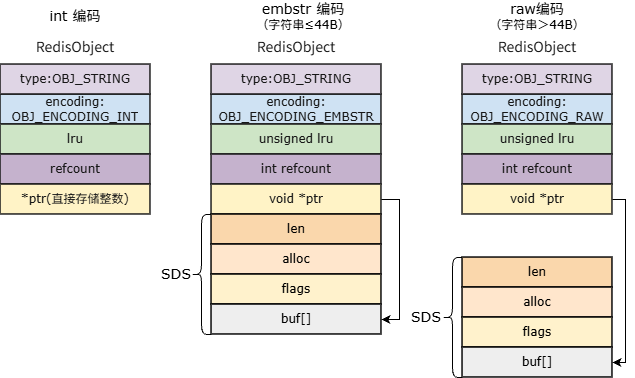
Before: redis/Redis String 三种编码方式.drawio.png, a diagram exported from draw.io (oHo404/imgrepo). Source tidied: cells renumbered, new cells last; positions are measured from the earlier drawing's top-left corner, leaving out a move shared by most shapes.
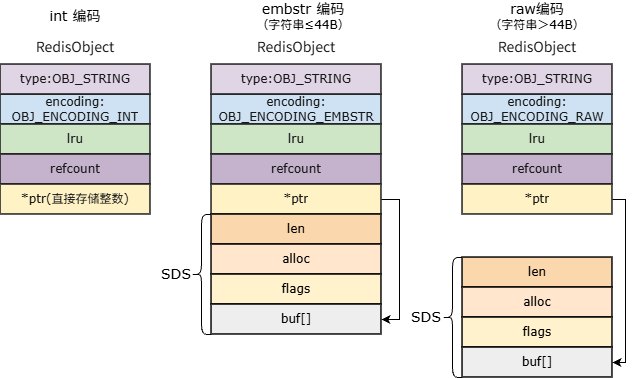
After the change.

Commit message:
更新Redis String 三种编码方式.drawio.png

The edit, as a diff of the source:
```diff
@@ -40,13 +40,13 @@
     <mxCell id="12" value="type:OBJ_STRING" style="shape=rectangle;rounded=0;absoluteArcSize=1;arcSize=0;whiteSpace=wrap;html=0;align=center;verticalAlign=middle;fillColor=#DFD5E5;strokeColor=#171717;strokeWidth=1.5;fontColor=#171717;fontSize=12;fontFamily=Verdana;fontStyle=0;spacing=0;overflow=hidden;" parent="10" vertex="1">
       <mxGeometry y="33" width="170" height="30" as="geometry" />
     </mxCell>
-    <mxCell id="13" value="unsigned lru" style="shape=rectangle;rounded=0;absoluteArcSize=1;arcSize=0;whiteSpace=wrap;html=0;align=center;verticalAlign=middle;fillColor=#CEE5C6;strokeColor=#171717;strokeWidth=1.5;fontColor=#171717;fontSize=12;fontFamily=Verdana;fontStyle=0;spacing=0;overflow=hidden;" parent="10" vertex="1">
+    <mxCell id="13" value="lru" style="shape=rectangle;rounded=0;absoluteArcSize=1;arcSize=0;whiteSpace=wrap;html=0;align=center;verticalAlign=middle;fillColor=#CEE5C6;strokeColor=#171717;strokeWidth=1.5;fontColor=#171717;fontSize=12;fontFamily=Verdana;fontStyle=0;spacing=0;overflow=hidden;" parent="10" vertex="1">
       <mxGeometry y="93" width="170" height="30" as="geometry" />
     </mxCell>
-    <mxCell id="14" value="int refcount" style="shape=rectangle;rounded=0;absoluteArcSize=1;arcSize=0;whiteSpace=wrap;html=0;align=center;verticalAlign=middle;fillColor=#C5B2CD;strokeColor=#171717;strokeWidth=1.5;fontColor=#171717;fontSize=12;fontFamily=Verdana;fontStyle=0;spacing=0;overflow=hidden;" parent="10" vertex="1">
+    <mxCell id="14" value="refcount" style="shape=rectangle;rounded=0;absoluteArcSize=1;arcSize=0;whiteSpace=wrap;html=0;align=center;verticalAlign=middle;fillColor=#C5B2CD;strokeColor=#171717;strokeWidth=1.5;fontColor=#171717;fontSize=12;fontFamily=Verdana;fontStyle=0;spacing=0;overflow=hidden;" parent="10" vertex="1">
       <mxGeometry y="123" width="170" height="30" as="geometry" />
     </mxCell>
-    <mxCell id="15" value="void *ptr" style="shape=rectangle;rounded=0;absoluteArcSize=1;arcSize=0;whiteSpace=wrap;html=0;align=center;verticalAlign=middle;fillColor=#FFF3C6;strokeColor=#171717;strokeWidth=1.5;fontColor=#171717;fontSize=12;fontFamily=Verdana;fontStyle=0;spacing=0;overflow=hidden;" parent="10" vertex="1">
+    <mxCell id="15" value="*ptr" style="shape=rectangle;rounded=0;absoluteArcSize=1;arcSize=0;whiteSpace=wrap;html=0;align=center;verticalAlign=middle;fillColor=#FFF3C6;strokeColor=#171717;strokeWidth=1.5;fontColor=#171717;fontSize=12;fontFamily=Verdana;fontStyle=0;spacing=0;overflow=hidden;" parent="10" vertex="1">
       <mxGeometry y="153" width="170" height="30" as="geometry" />
     </mxCell>
     <mxCell id="16" value="&lt;span style=&quot;color: rgb(23, 23, 23); font-family: &amp;quot;WenQuanYi Micro Hei&amp;quot;; font-size: 14px;&quot;&gt;RedisObject&lt;/span&gt;" style="text;html=1;whiteSpace=wrap;strokeColor=none;fillColor=none;align=center;verticalAlign=middle;rounded=0;" parent="10" vertex="1">
@@ -105,13 +105,13 @@
     <mxCell id="32" value="type:OBJ_STRING" style="shape=rectangle;rounded=0;absoluteArcSize=1;arcSize=0;whiteSpace=wrap;html=0;align=center;verticalAlign=middle;fillColor=#DFD5E5;strokeColor=#171717;strokeWidth=1.5;fontColor=#171717;fontSize=12;fontFamily=Verdana;fontStyle=0;spacing=0;overflow=hidden;" parent="30" vertex="1">
       <mxGeometry y="33" width="150" height="30" as="geometry" />
     </mxCell>
-    <mxCell id="33" value="unsigned lru" style="shape=rectangle;rounded=0;absoluteArcSize=1;arcSize=0;whiteSpace=wrap;html=0;align=center;verticalAlign=middle;fillColor=#CEE5C6;strokeColor=#171717;strokeWidth=1.5;fontColor=#171717;fontSize=12;fontFamily=Verdana;fontStyle=0;spacing=0;overflow=hidden;" parent="30" vertex="1">
+    <mxCell id="33" value="lru" style="shape=rectangle;rounded=0;absoluteArcSize=1;arcSize=0;whiteSpace=wrap;html=0;align=center;verticalAlign=middle;fillColor=#CEE5C6;strokeColor=#171717;strokeWidth=1.5;fontColor=#171717;fontSize=12;fontFamily=Verdana;fontStyle=0;spacing=0;overflow=hidden;" parent="30" vertex="1">
       <mxGeometry y="93" width="150" height="30" as="geometry" />
     </mxCell>
-    <mxCell id="34" value="int refcount" style="shape=rectangle;rounded=0;absoluteArcSize=1;arcSize=0;whiteSpace=wrap;html=0;align=center;verticalAlign=middle;fillColor=#C5B2CD;strokeColor=#171717;strokeWidth=1.5;fontColor=#171717;fontSize=12;fontFamily=Verdana;fontStyle=0;spacing=0;overflow=hidden;" parent="30" vertex="1">
+    <mxCell id="34" value="refcount" style="shape=rectangle;rounded=0;absoluteArcSize=1;arcSize=0;whiteSpace=wrap;html=0;align=center;verticalAlign=middle;fillColor=#C5B2CD;strokeColor=#171717;strokeWidth=1.5;fontColor=#171717;fontSize=12;fontFamily=Verdana;fontStyle=0;spacing=0;overflow=hidden;" parent="30" vertex="1">
       <mxGeometry y="123" width="150" height="30" as="geometry" />
     </mxCell>
-    <mxCell id="35" value="void *ptr" style="shape=rectangle;rounded=0;absoluteArcSize=1;arcSize=0;whiteSpace=wrap;html=0;align=center;verticalAlign=middle;fillColor=#FFF3C6;strokeColor=#171717;strokeWidth=1.5;fontColor=#171717;fontSize=12;fontFamily=Verdana;fontStyle=0;spacing=0;overflow=hidden;" parent="30" vertex="1">
+    <mxCell id="35" value="*ptr" style="shape=rectangle;rounded=0;absoluteArcSize=1;arcSize=0;whiteSpace=wrap;html=0;align=center;verticalAlign=middle;fillColor=#FFF3C6;strokeColor=#171717;strokeWidth=1.5;fontColor=#171717;fontSize=12;fontFamily=Verdana;fontStyle=0;spacing=0;overflow=hidden;" parent="30" vertex="1">
       <mxGeometry y="153" width="150" height="30" as="geometry" />
     </mxCell>
     <mxCell id="36" value="&lt;span style=&quot;color: rgb(23, 23, 23); font-family: &amp;quot;WenQuanYi Micro Hei&amp;quot;; font-size: 14px;&quot;&gt;RedisObject&lt;/span&gt;" style="text;html=1;whiteSpace=wrap;strokeColor=none;fillColor=none;align=center;verticalAlign=middle;rounded=0;" parent="30" vertex="1">
```
